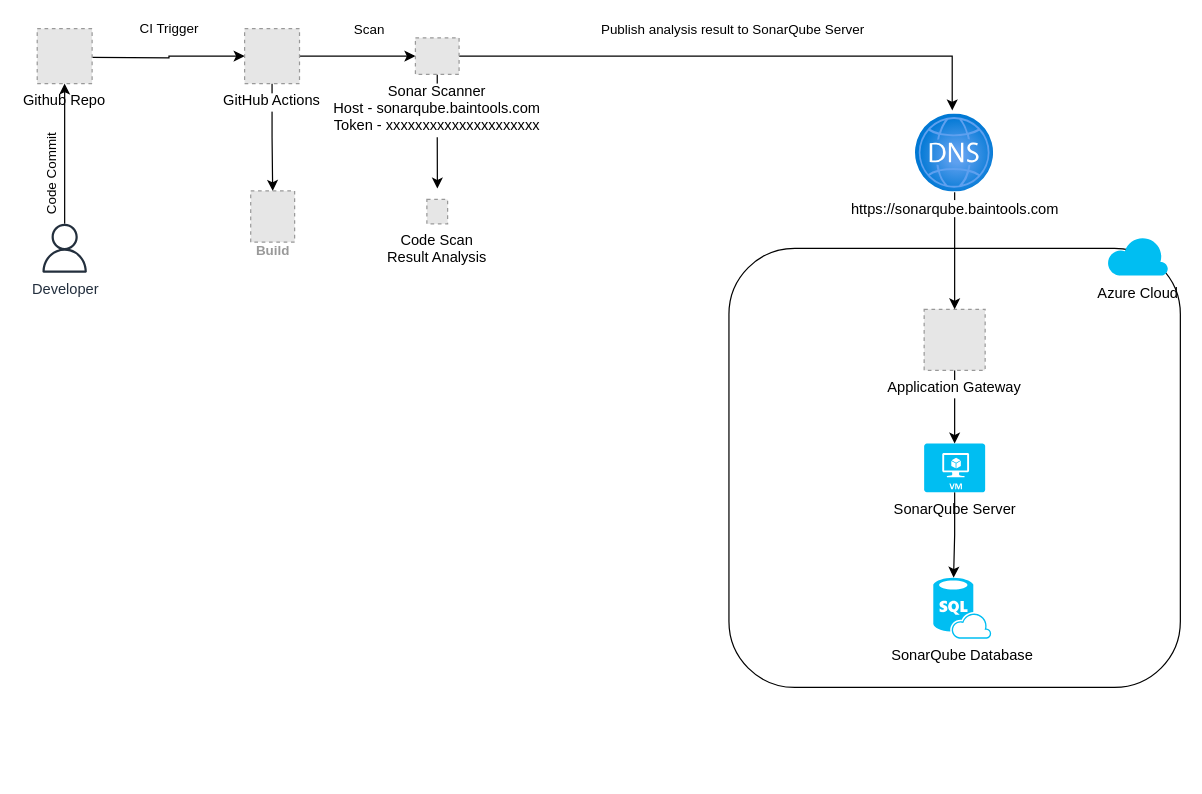
Earlier version of the draw.io diagram SonarQube_Azure.drawio (anand-kirori-bain/node-js-template). Source tidied: cells renumbered, new cells numbered last; positions are measured from the earlier drawing's top-left corner, leaving out a move shared by most shapes. Both pictures are drawn from the tidied source at 122%, with x=0, y=0 at pixel (37, 28). Pictures stored in the file or linked from it are replaced by grey dashed boxes.
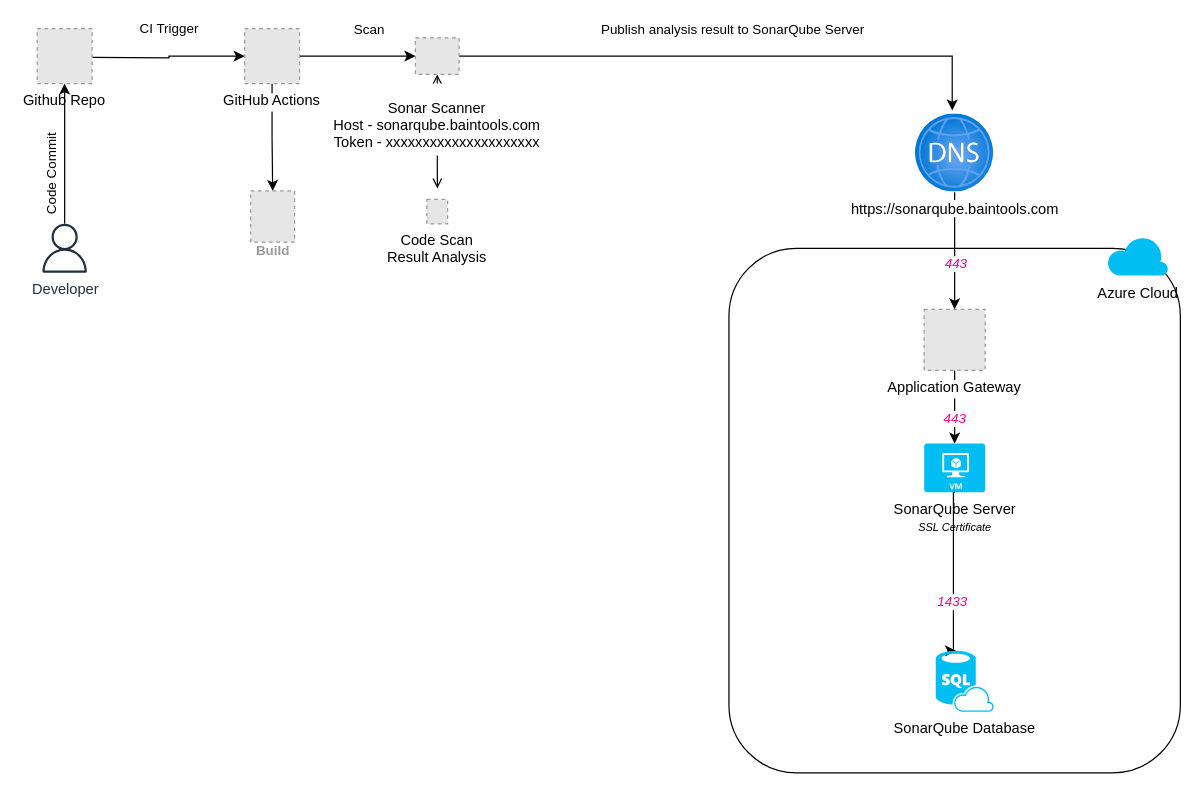
Above is the later version.

The change refers to these unchanged cells:
```xml
<mxCell id="7" value="Application Gateway" style="fillColor=#E6E6E6;strokeColor=#999999;dashed=1;verticalLabelPosition=bottom;labelBackgroundColor=#ffffff;verticalAlign=top;" parent="1" vertex="1">
  <mxGeometry x="727" y="230" width="50" height="50" as="geometry" />
</mxCell>
<mxCell id="8" style="edgeStyle=orthogonalEdgeStyle;rounded=0;jettySize=auto;html=1;entryX=0.5;entryY=0;entryDx=0;entryDy=0;" parent="1" edge="1" source="9" target="7">
  <mxGeometry relative="1" as="geometry" />
</mxCell>
<mxCell id="23" value="Code Scan&#10;Result Analysis" style="fillColor=#E6E6E6;strokeColor=#999999;dashed=1;verticalLabelPosition=bottom;labelBackgroundColor=#ffffff;verticalAlign=top;" parent="1" vertex="1">
  <mxGeometry x="319.4" y="140" width="17" height="20" as="geometry" />
</mxCell>
```

What changed in the source:
```diff
@@
     <mxCell id="2" style="rounded=1;whiteSpace=wrap;html=1;" parent="1" vertex="1">
-      <mxGeometry x="567" y="180" width="370" height="360" as="geometry" />
+      <mxGeometry x="567" y="180" width="370" height="430" as="geometry" />
     </mxCell>
-    <mxCell id="3" style="edgeStyle=orthogonalEdgeStyle;rounded=0;jettySize=auto;html=1;exitX=0.5;exitY=1;exitDx=0;exitDy=0;exitPerimeter=0;entryX=0.35;entryY=0;entryDx=0;entryDy=0;entryPerimeter=0;" parent="1" edge="1" source="4" target="5">
-      <mxGeometry relative="1" as="geometry" />
+    <mxCell id="3" value="1433" style="edgeStyle=orthogonalEdgeStyle;rounded=0;jettySize=auto;html=1;exitX=0.5;exitY=1;exitDx=0;exitDy=0;exitPerimeter=0;entryX=0.35;entryY=0;entryDx=0;entryDy=0;entryPerimeter=0;fontStyle=2;fontColor=#FF0080;" parent="1" edge="1" source="4" target="5">
+      <mxGeometry x="0.37" y="-1" relative="1" as="geometry">
+        <Array as="points">
+          <mxPoint x="751" y="380" />
+        </Array>
+      </mxGeometry>
     </mxCell>
-    <mxCell id="4" value="SonarQube Server" style="verticalLabelPosition=bottom;html=1;verticalAlign=top;align=center;strokeColor=none;fillColor=#00BEF2;shape=mxgraph.azure.virtual_machine;" parent="1" vertex="1">
+    <mxCell id="4" value="SonarQube Server&lt;br&gt;&lt;font size=&quot;1&quot; style=&quot;&quot;&gt;&lt;i style=&quot;font-size: 9px;&quot;&gt;SSL Certificate&lt;/i&gt;&lt;/font&gt;" style="verticalLabelPosition=bottom;html=1;verticalAlign=top;align=center;strokeColor=none;fillColor=#00BEF2;shape=mxgraph.azure.virtual_machine;" parent="1" vertex="1">
       <mxGeometry x="727" y="340" width="50" height="40" as="geometry" />
     </mxCell>
     <mxCell id="5" value="SonarQube Database" style="verticalLabelPosition=bottom;html=1;verticalAlign=top;align=center;strokeColor=none;fillColor=#00BEF2;shape=mxgraph.azure.sql_database_sql_azure;" parent="1" vertex="1">
-      <mxGeometry x="734.5" y="450" width="47.5" height="50" as="geometry" />
+      <mxGeometry x="736.5" y="510" width="47.5" height="50" as="geometry" />
     </mxCell>
-    <mxCell id="6" style="edgeStyle=orthogonalEdgeStyle;rounded=0;jettySize=auto;html=1;exitX=0.5;exitY=1;exitDx=0;exitDy=0;entryX=0.5;entryY=0;entryDx=0;entryDy=0;entryPerimeter=0;" parent="1" edge="1" source="7" target="4">
-      <mxGeometry relative="1" as="geometry" />
+    <mxCell id="6" value="443" style="edgeStyle=orthogonalEdgeStyle;rounded=0;jettySize=auto;html=1;exitX=0.5;exitY=1;exitDx=0;exitDy=0;entryX=0.5;entryY=0;entryDx=0;entryDy=0;entryPerimeter=0;fontColor=#FF0080;fontStyle=2;" parent="1" edge="1" source="7" target="4">
+      <mxGeometry x="0.33" relative="1" as="geometry" />
     </mxCell>
@@
+    <mxCell id="24" value="443" style="edgeLabel;html=1;align=center;verticalAlign=middle;fontStyle=2;labelBorderColor=none;fontColor=#FF0080;" parent="8" vertex="1">
+      <mxGeometry x="0.21" relative="1" as="geometry" />
+    </mxCell>
@@
-    <mxCell id="19" style="edgeStyle=orthogonalEdgeStyle;rounded=0;jettySize=auto;html=1;exitX=0.5;exitY=1;exitDx=0;exitDy=0;entryX=0.506;entryY=-0.45;entryDx=0;entryDy=0;entryPerimeter=0;" parent="1" edge="1" source="21" target="23">
+    <mxCell id="19" style="edgeStyle=orthogonalEdgeStyle;rounded=0;jettySize=auto;html=1;exitX=0.5;exitY=1;exitDx=0;exitDy=0;entryX=0.506;entryY=-0.45;entryDx=0;entryDy=0;entryPerimeter=0;endArrow=open;endFill=0;startArrow=open;startFill=0;" parent="1" edge="1" source="21" target="23">
       <mxGeometry relative="1" as="geometry" />
     </mxCell>
@@
-    <mxCell id="21" value="Sonar Scanner&#10;Host - sonarqube.baintools.com&#10;Token - xxxxxxxxxxxxxxxxxxxxx" style="fillColor=#E6E6E6;strokeColor=#999999;dashed=1;verticalLabelPosition=bottom;labelBackgroundColor=#ffffff;verticalAlign=top;" parent="1" vertex="1">
+    <mxCell id="21" value="&#10;Sonar Scanner&#10;Host - sonarqube.baintools.com&#10;Token - xxxxxxxxxxxxxxxxxxxxx" style="fillColor=#E6E6E6;strokeColor=#999999;dashed=1;verticalLabelPosition=bottom;labelBackgroundColor=#ffffff;verticalAlign=top;fontSize=12;" parent="1" vertex="1">
       <mxGeometry x="310" y="7.5" width="35.8" height="30" as="geometry" />
     </mxCell>
```
